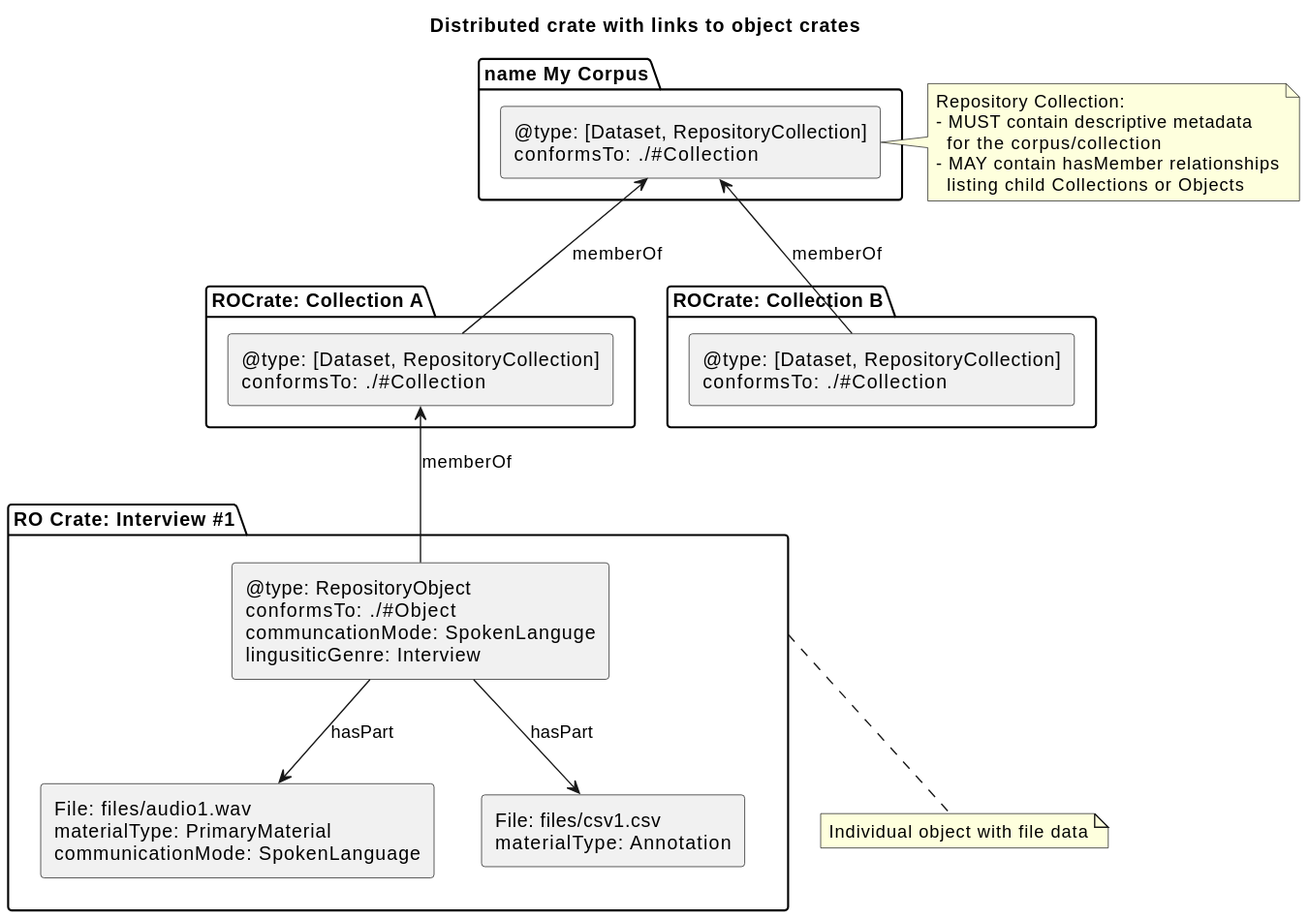
The PlantUML diagram profile/media/distributed-crates.svg in Language-Research-Technology/ldac-profile, before a commit.
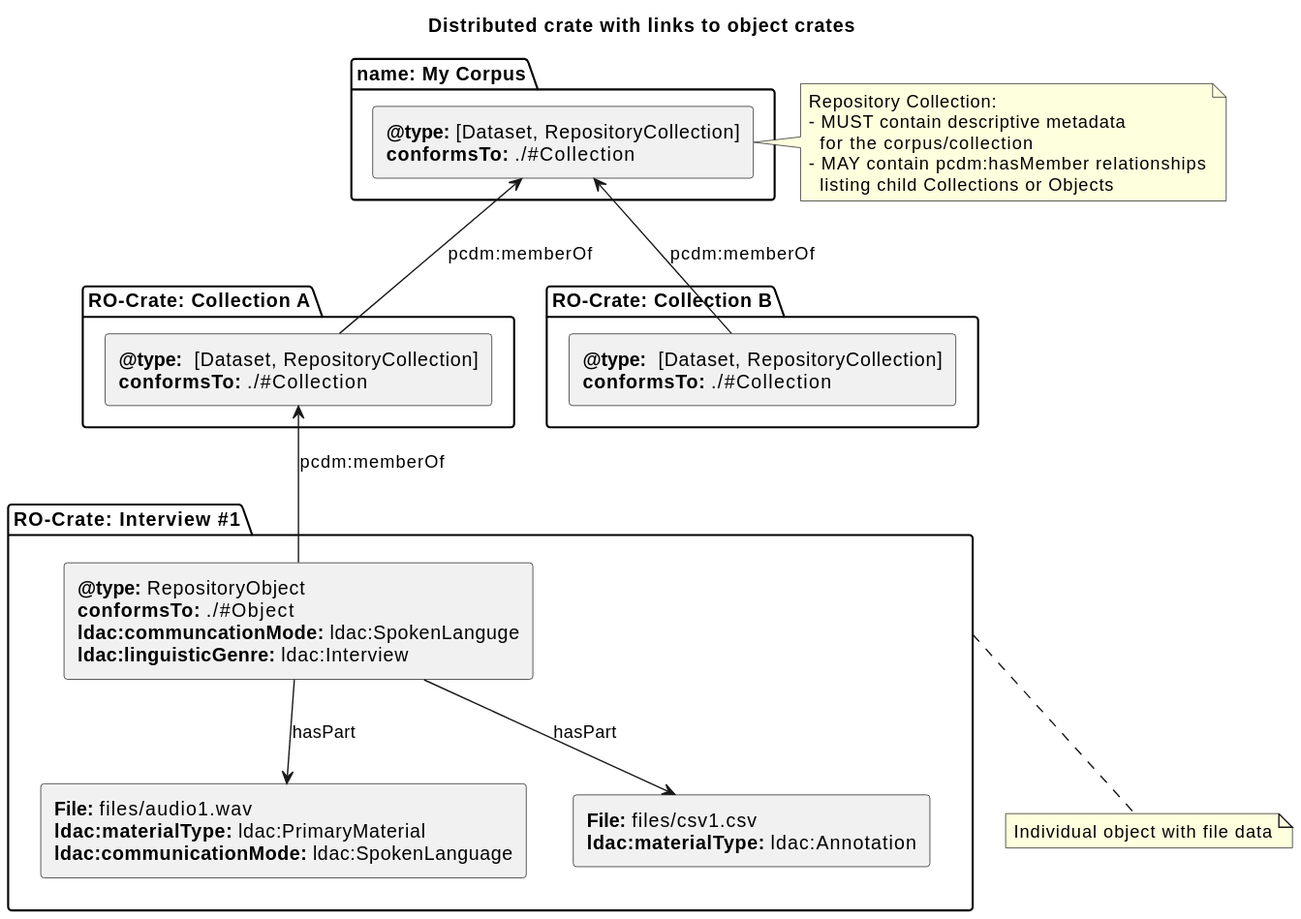
Later version of the same file.

Diff of the diagram source:
```diff
@@ -1,36 +1,36 @@
 @startuml
 title: Distributed crate with links to object crates
-package "name My Corpus" as mc {
-   rectangle "@type: [Dataset, RepositoryCollection]\nconformsTo: ./#Collection" as cc {
+package "name: My Corpus" as mc {
+   rectangle "<b>@type:</b> [Dataset, RepositoryCollection]\n<b>conformsTo:</b> ./#Collection" as cc {
 
    }
 }
 
-package "ROCrate: Collection A" as cAc {
+package "RO-Crate: Collection A" as cAc {
 
-   rectangle "@type:  [Dataset, RepositoryCollection]\nconformsTo: ./#Collection" as ca {
+   rectangle "<b>@type:</b>  [Dataset, RepositoryCollection]\n<b>conformsTo:</b> ./#Collection" as ca {
 
    }
 
 }
 
 
-package "ROCrate: Collection B" as cBc {
+package "RO-Crate: Collection B" as cBc {
 
-   rectangle "@type:  [Dataset, RepositoryCollection]\nconformsTo: ./#Collection" as cb {
+   rectangle "<b>@type:</b>  [Dataset, RepositoryCollection]\n<b>conformsTo:</b> ./#Collection" as cb {
 
    }
 
 }
 
 
-package "RO Crate: Interview #1" as ec2 {
-  rectangle "@type: RepositoryObject\nconformsTo: ./#Object\ncommuncationMode: SpokenLanguge\nlingusiticGenre: Interview" as eo1 {
+package "RO-Crate: Interview #1" as ec2 {
+  rectangle "<b>@type:</b> RepositoryObject\n<b>conformsTo:</b> ./#Object\n<b>ldac:communcationMode:</b> ldac:SpokenLanguge\n<b>ldac:linguisticGenre:</b> ldac:Interview" as eo1 {
 
    }
 
- rectangle "File: files/audio1.wav\nmaterialType: PrimaryMaterial\ncommunicationMode: SpokenLanguage" as ea1
-   rectangle "File: files/csv1.csv\nmaterialType: Annotation" as ecsv1
+ rectangle "<b>File:</b> files/audio1.wav\n<b>ldac:materialType:</b> ldac:PrimaryMaterial\n<b>ldac:communicationMode:</b> ldac:SpokenLanguage" as ea1
+   rectangle "<b>File:</b> files/csv1.csv\n<b>ldac:materialType:</b> ldac:Annotation" as ecsv1
 
 
 
@@ -41,11 +41,11 @@
 eo1 -down-> ea1 : hasPart
 eo1 -down-> ecsv1 : hasPart
 
-eo1 -up-> ca : memberOf
-ca -up-> cc : memberOf
-cb -up-> cc : memberOf
+eo1 -up-> ca : pcdm:memberOf
+ca -up-> cc : pcdm:memberOf
+cb -up-> cc : pcdm:memberOf
 
-note right of cc : Repository Collection:\n- MUST contain descriptive metadata\n  for the corpus/collection\n- MAY contain hasMember relationships\n  listing child Collections or Objects
+note right of cc : Repository Collection:\n- MUST contain descriptive metadata\n  for the corpus/collection\n- MAY contain pcdm:hasMember relationships\n  listing child Collections or Objects
 
 
 note bottom of ec2 : Individual object with file data
```
